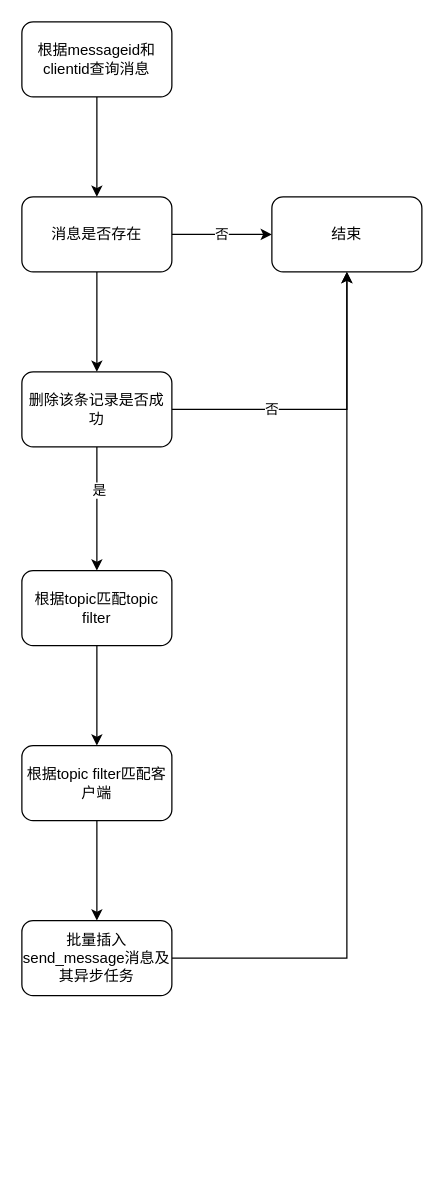
EasyProgramming/easy-mqtt keeps this draw.io diagram as page "异步任务-分发消息任务" (2 of 4) of doc/qos=2.drawio. Above is the earlier version. Source tidied: cells renumbered, new cells numbered last; positions are measured from the earlier drawing's top-left corner, leaving out a move shared by most shapes. Both pictures are drawn from the tidied source at 125%, with x=0, y=0 at pixel (21, 21).
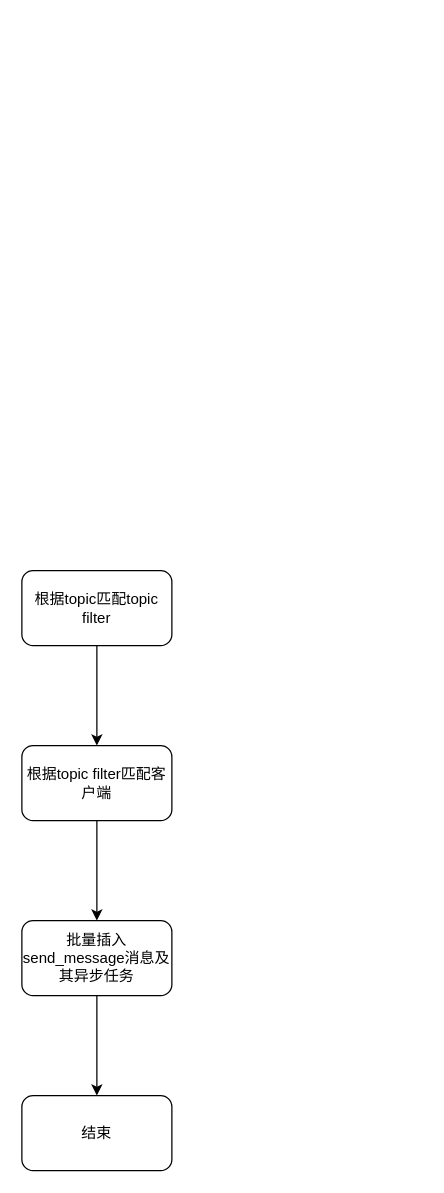
After the change.

What changed in the source:
```diff
@@
 <mxGraphModel>
   <root>
     <mxCell id="0" />
     <mxCell id="1" parent="0" />
-    <mxCell id="2" style="edgeStyle=orthogonalEdgeStyle;rounded=0;jumpStyle=arc;jettySize=auto;html=1;" parent="1" edge="1" source="3" target="6">
-      <mxGeometry relative="1" as="geometry" />
-    </mxCell>
-    <mxCell id="3" value="根据messageid和clientid查询消息" style="rounded=1;whiteSpace=wrap;html=1;" parent="1" vertex="1">
-      <mxGeometry width="120" height="60" as="geometry" />
-    </mxCell>
-    <mxCell id="4" value="否" style="edgeStyle=orthogonalEdgeStyle;rounded=0;jumpStyle=arc;jettySize=auto;html=1;" parent="1" edge="1" source="6" target="7">
-      <mxGeometry relative="1" as="geometry" />
-    </mxCell>
-    <mxCell id="5" style="edgeStyle=orthogonalEdgeStyle;rounded=0;jumpStyle=arc;jettySize=auto;html=1;" parent="1" edge="1" source="6" target="17">
-      <mxGeometry relative="1" as="geometry" />
-    </mxCell>
-    <mxCell id="6" value="消息是否存在" style="rounded=1;whiteSpace=wrap;html=1;" parent="1" vertex="1">
-      <mxGeometry y="140" width="120" height="60" as="geometry" />
-    </mxCell>
-    <mxCell id="7" value="结束" style="rounded=1;whiteSpace=wrap;html=1;" parent="1" vertex="1">
-      <mxGeometry x="200" y="140" width="120" height="60" as="geometry" />
-    </mxCell>
     <mxCell id="8" style="edgeStyle=orthogonalEdgeStyle;rounded=0;jumpStyle=arc;jettySize=auto;html=1;" parent="1" edge="1" source="9" target="11">
       <mxGeometry relative="1" as="geometry" />
     </mxCell>
     <mxCell id="9" value="根据topic匹配topic filter" style="rounded=1;whiteSpace=wrap;html=1;" parent="1" vertex="1">
       <mxGeometry y="439" width="120" height="60" as="geometry" />
     </mxCell>
     <mxCell id="10" style="edgeStyle=orthogonalEdgeStyle;rounded=0;jumpStyle=arc;jettySize=auto;html=1;" parent="1" edge="1" source="11" target="13">
       <mxGeometry relative="1" as="geometry" />
     </mxCell>
     <mxCell id="11" value="根据topic filter匹配客户端" style="rounded=1;whiteSpace=wrap;html=1;" parent="1" vertex="1">
       <mxGeometry y="579" width="120" height="60" as="geometry" />
     </mxCell>
-    <mxCell id="12" style="edgeStyle=orthogonalEdgeStyle;rounded=0;jumpStyle=arc;jettySize=auto;html=1;entryX=0.5;entryY=1;entryDx=0;entryDy=0;" parent="1" edge="1" source="13" target="7">
+    <mxCell id="12" style="edgeStyle=orthogonalEdgeStyle;rounded=0;jettySize=auto;html=1;" parent="1" edge="1" source="13" target="7">
       <mxGeometry relative="1" as="geometry" />
     </mxCell>
     <mxCell id="13" value="批量插入send_message消息及其异步任务" style="rounded=1;whiteSpace=wrap;html=1;" parent="1" vertex="1">
       <mxGeometry y="719" width="120" height="60" as="geometry" />
     </mxCell>
-    <mxCell id="14" style="edgeStyle=orthogonalEdgeStyle;rounded=0;jumpStyle=arc;jettySize=auto;html=1;" parent="1" edge="1" source="17" target="9">
-      <mxGeometry relative="1" as="geometry" />
-    </mxCell>
-    <mxCell id="15" value="是" style="edgeLabel;html=1;align=center;verticalAlign=middle;" parent="14" vertex="1">
-      <mxGeometry x="-0.31" y="1" relative="1" as="geometry" />
-    </mxCell>
-    <mxCell id="16" value="否" style="edgeStyle=orthogonalEdgeStyle;rounded=0;jumpStyle=arc;jettySize=auto;html=1;entryX=0.5;entryY=1;entryDx=0;entryDy=0;" parent="1" edge="1" source="17" target="7">
-      <mxGeometry x="-0.36" relative="1" as="geometry" />
-    </mxCell>
-    <mxCell id="17" value="删除该条记录是否成功" style="rounded=1;whiteSpace=wrap;html=1;" parent="1" vertex="1">
-      <mxGeometry y="280" width="120" height="60" as="geometry" />
-    </mxCell>
+    <mxCell id="7" value="结束" style="rounded=1;whiteSpace=wrap;html=1;" parent="1" vertex="1">
+      <mxGeometry y="859" width="120" height="60" as="geometry" />
+    </mxCell>
   </root>
 </mxGraphModel>
```
